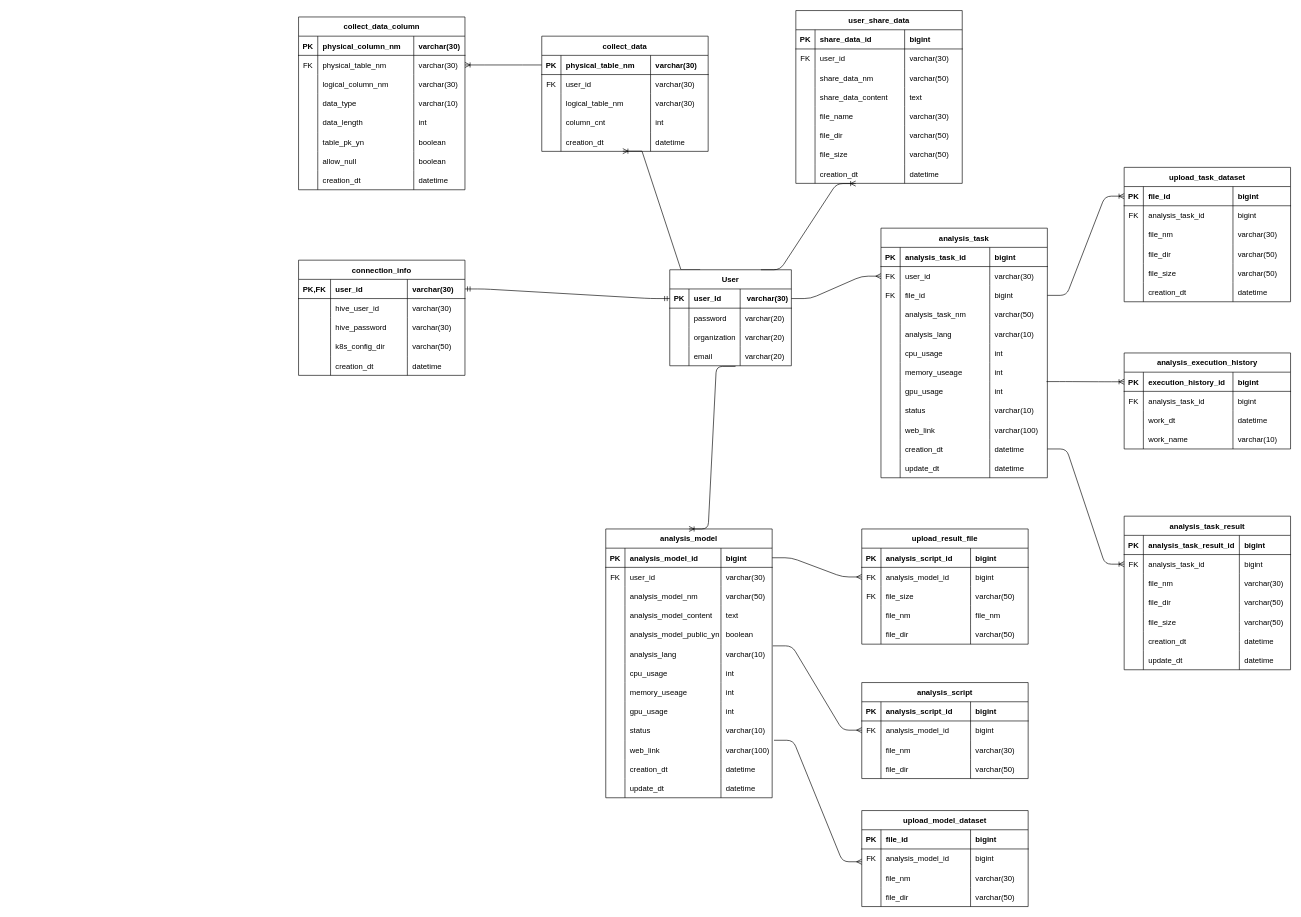
The draw.io diagram 분석 플랫폼 테이블 설계.drawio in vtw-atm/bigdata-table-diagram, before the edit. Source tidied: cells renumbered, new cells numbered last; positions are measured from the earlier drawing's top-left corner, leaving out a move shared by most shapes. Both pictures are drawn from the tidied source at 64%, with x=0, y=0 at pixel (298, 10).
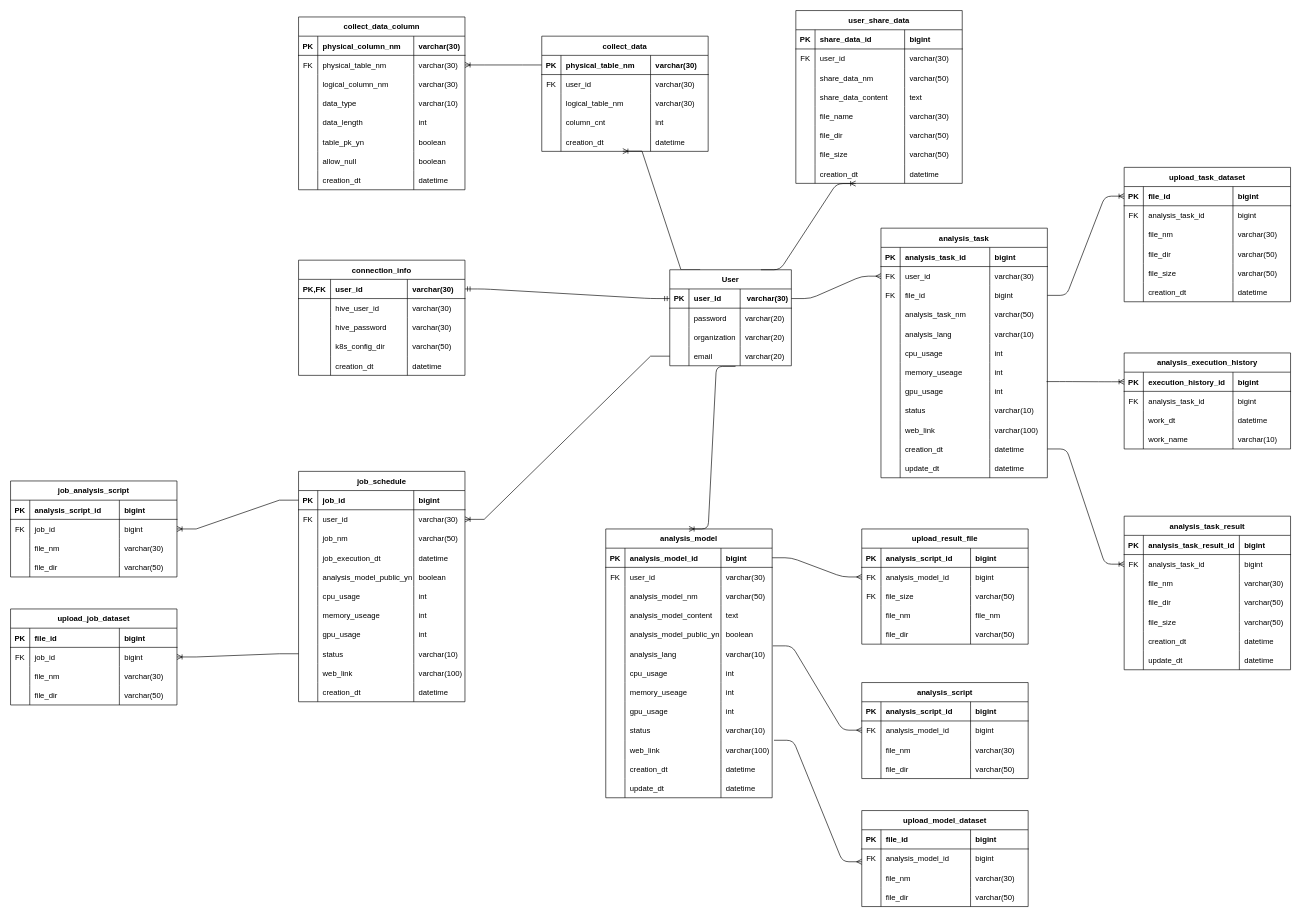
After the change.

Commit message (it also covers changes not shown here):
분석 플랫폼 테이블 설계.drawio 업데이트

The change refers to these unchanged cells:
```xml
<mxCell id="17" style="shape=tableRow;horizontal=0;startSize=0;swimlaneHead=0;swimlaneBody=0;fillColor=none;points=[[0,0.5],[1,0.5]];portConstraint=eastwest;top=0;left=0;right=0;bottom=0;rounded=0;" parent="4" vertex="1">
  <mxGeometry y="120" width="190" height="30" as="geometry" />
</mxCell>
```

Diff of the diagram source:
```diff
@@
+    <mxCell id="367" value="job_schedule" style="shape=table;startSize=30;childLayout=tableLayout;rowLines=0;fontStyle=1;align=center;rounded=0;" parent="1" vertex="1">
+      <mxGeometry y="720" width="260" height="360" as="geometry" />
+    </mxCell>
+    <mxCell id="368" style="shape=tableRow;horizontal=0;startSize=0;swimlaneHead=0;swimlaneBody=0;fillColor=none;points=[[0,0.5],[1,0.5]];portConstraint=eastwest;top=0;left=0;right=0;bottom=1;rounded=0;" parent="367" vertex="1">
+      <mxGeometry y="30" width="260" height="30" as="geometry" />
+    </mxCell>
+    <mxCell id="369" value="PK" style="shape=partialRectangle;fillColor=none;top=0;left=0;bottom=0;right=0;fontStyle=1;overflow=hidden;rounded=0;" parent="368" vertex="1">
+      <mxGeometry width="30" height="30" as="geometry" />
+    </mxCell>
+    <mxCell id="370" value="job_id" style="shape=partialRectangle;fillColor=none;top=0;left=0;bottom=0;right=0;align=left;spacingLeft=6;fontStyle=1;overflow=hidden;rounded=0;" parent="368" vertex="1">
+      <mxGeometry x="30" width="150" height="30" as="geometry" />
+    </mxCell>
+    <mxCell id="371" value="bigint" style="shape=partialRectangle;fillColor=none;top=0;left=0;bottom=0;right=0;align=left;spacingLeft=6;fontStyle=1;overflow=hidden;rounded=0;" parent="368" vertex="1">
+      <mxGeometry x="180" width="80" height="30" as="geometry" />
+    </mxCell>
+    <mxCell id="372" style="shape=tableRow;horizontal=0;startSize=0;swimlaneHead=0;swimlaneBody=0;fillColor=none;points=[[0,0.5],[1,0.5]];portConstraint=eastwest;top=0;left=0;right=0;bottom=0;rounded=0;" parent="367" vertex="1">
+      <mxGeometry y="60" width="260" height="30" as="geometry" />
+    </mxCell>
+    <mxCell id="373" value="FK" style="shape=partialRectangle;fillColor=none;top=0;left=0;bottom=0;right=0;overflow=hidden;rounded=0;" parent="372" vertex="1">
+      <mxGeometry width="30" height="30" as="geometry" />
+    </mxCell>
+    <mxCell id="374" value="user_id" style="shape=partialRectangle;fillColor=none;top=0;left=0;bottom=0;right=0;align=left;spacingLeft=6;overflow=hidden;rounded=0;" parent="372" vertex="1">
+      <mxGeometry x="30" width="150" height="30" as="geometry" />
+    </mxCell>
+    <mxCell id="375" value="varchar(30)" style="shape=partialRectangle;fillColor=none;top=0;left=0;bottom=0;right=0;align=left;spacingLeft=6;overflow=hidden;rounded=0;" parent="372" vertex="1">
+      <mxGeometry x="180" width="80" height="30" as="geometry" />
+    </mxCell>
+    <mxCell id="376" style="shape=tableRow;horizontal=0;startSize=0;swimlaneHead=0;swimlaneBody=0;fillColor=none;top=0;left=0;right=0;bottom=0;rounded=0;" parent="367" vertex="1">
+      <mxGeometry y="90" width="260" height="30" as="geometry" />
+    </mxCell>
+    <mxCell id="377" style="shape=partialRectangle;fillColor=none;top=0;left=0;bottom=0;right=0;overflow=hidden;rounded=0;" parent="376" vertex="1">
+      <mxGeometry width="30" height="30" as="geometry" />
+    </mxCell>
+    <mxCell id="378" value="job_nm" style="shape=partialRectangle;fillColor=none;top=0;left=0;bottom=0;right=0;align=left;spacingLeft=6;overflow=hidden;rounded=0;" parent="376" vertex="1">
+      <mxGeometry x="30" width="150" height="30" as="geometry" />
+    </mxCell>
+    <mxCell id="379" value="varchar(50)" style="shape=partialRectangle;fillColor=none;top=0;left=0;bottom=0;right=0;align=left;spacingLeft=6;overflow=hidden;rounded=0;" parent="376" vertex="1">
+      <mxGeometry x="180" width="80" height="30" as="geometry" />
+    </mxCell>
+    <mxCell id="380" style="shape=tableRow;horizontal=0;startSize=0;swimlaneHead=0;swimlaneBody=0;fillColor=none;top=0;left=0;right=0;bottom=0;rounded=0;" parent="367" vertex="1">
+      <mxGeometry y="120" width="260" height="30" as="geometry" />
+    </mxCell>
+    <mxCell id="381" style="shape=partialRectangle;fillColor=none;top=0;left=0;bottom=0;right=0;overflow=hidden;rounded=0;" parent="380" vertex="1">
+      <mxGeometry width="30" height="30" as="geometry" />
+    </mxCell>
+    <mxCell id="382" value="job_execution_dt" style="shape=partialRectangle;fillColor=none;top=0;left=0;bottom=0;right=0;align=left;spacingLeft=6;overflow=hidden;rounded=0;" parent="380" vertex="1">
+      <mxGeometry x="30" width="150" height="30" as="geometry" />
+    </mxCell>
+    <mxCell id="383" value="datetime" style="shape=partialRectangle;fillColor=none;top=0;left=0;bottom=0;right=0;align=left;spacingLeft=6;overflow=hidden;rounded=0;" parent="380" vertex="1">
+      <mxGeometry x="180" width="80" height="30" as="geometry" />
+    </mxCell>
+    <mxCell id="384" style="shape=tableRow;horizontal=0;startSize=0;swimlaneHead=0;swimlaneBody=0;fillColor=none;top=0;left=0;right=0;bottom=0;rounded=0;" parent="367" vertex="1">
+      <mxGeometry y="150" width="260" height="30" as="geometry" />
+    </mxCell>
+    <mxCell id="385" style="shape=partialRectangle;fillColor=none;top=0;left=0;bottom=0;right=0;overflow=hidden;rounded=0;" parent="384" vertex="1">
+      <mxGeometry width="30" height="30" as="geometry" />
+    </mxCell>
+    <mxCell id="386" value="analysis_model_public_yn" style="shape=partialRectangle;fillColor=none;top=0;left=0;bottom=0;right=0;align=left;spacingLeft=6;overflow=hidden;rounded=0;" parent="384" vertex="1">
+      <mxGeometry x="30" width="150" height="30" as="geometry" />
+    </mxCell>
+    <mxCell id="387" value="boolean" style="shape=partialRectangle;fillColor=none;top=0;left=0;bottom=0;right=0;align=left;spacingLeft=6;overflow=hidden;rounded=0;" parent="384" vertex="1">
+      <mxGeometry x="180" width="80" height="30" as="geometry" />
+    </mxCell>
+    <mxCell id="388" style="shape=tableRow;horizontal=0;startSize=0;swimlaneHead=0;swimlaneBody=0;fillColor=none;top=0;left=0;right=0;bottom=0;rounded=0;" parent="367" vertex="1">
+      <mxGeometry y="180" width="260" height="30" as="geometry" />
+    </mxCell>
+    <mxCell id="389" style="shape=partialRectangle;fillColor=none;top=0;left=0;bottom=0;right=0;overflow=hidden;rounded=0;" parent="388" vertex="1">
+      <mxGeometry width="30" height="30" as="geometry" />
+    </mxCell>
+    <mxCell id="390" value="cpu_usage" style="shape=partialRectangle;fillColor=none;top=0;left=0;bottom=0;right=0;align=left;spacingLeft=6;overflow=hidden;rounded=0;" parent="388" vertex="1">
+      <mxGeometry x="30" width="150" height="30" as="geometry" />
+    </mxCell>
+    <mxCell id="391" value="int" style="shape=partialRectangle;fillColor=none;top=0;left=0;bottom=0;right=0;align=left;spacingLeft=6;overflow=hidden;rounded=0;" parent="388" vertex="1">
+      <mxGeometry x="180" width="80" height="30" as="geometry" />
+    </mxCell>
+    <mxCell id="392" style="shape=tableRow;horizontal=0;startSize=0;swimlaneHead=0;swimlaneBody=0;fillColor=none;top=0;left=0;right=0;bottom=0;rounded=0;" parent="367" vertex="1">
+      <mxGeometry y="210" width="260" height="30" as="geometry" />
+    </mxCell>
+    <mxCell id="393" style="shape=partialRectangle;fillColor=none;top=0;left=0;bottom=0;right=0;overflow=hidden;rounded=0;" parent="392" vertex="1">
+      <mxGeometry width="30" height="30" as="geometry" />
+    </mxCell>
+    <mxCell id="394" value="memory_useage" style="shape=partialRectangle;fillColor=none;top=0;left=0;bottom=0;right=0;align=left;spacingLeft=6;overflow=hidden;rounded=0;" parent="392" vertex="1">
+      <mxGeometry x="30" width="150" height="30" as="geometry" />
+    </mxCell>
+    <mxCell id="395" value="int" style="shape=partialRectangle;fillColor=none;top=0;left=0;bottom=0;right=0;align=left;spacingLeft=6;overflow=hidden;rounded=0;" parent="392" vertex="1">
+      <mxGeometry x="180" width="80" height="30" as="geometry" />
+    </mxCell>
+    <mxCell id="396" style="shape=tableRow;horizontal=0;startSize=0;swimlaneHead=0;swimlaneBody=0;fillColor=none;top=0;left=0;right=0;bottom=0;rounded=0;" parent="367" vertex="1">
+      <mxGeometry y="240" width="260" height="30" as="geometry" />
+    </mxCell>
+    <mxCell id="397" style="shape=partialRectangle;fillColor=none;top=0;left=0;bottom=0;right=0;overflow=hidden;rounded=0;" parent="396" vertex="1">
+      <mxGeometry width="30" height="30" as="geometry" />
+    </mxCell>
+    <mxCell id="398" value="gpu_usage" style="shape=partialRectangle;fillColor=none;top=0;left=0;bottom=0;right=0;align=left;spacingLeft=6;overflow=hidden;rounded=0;" parent="396" vertex="1">
+      <mxGeometry x="30" width="150" height="30" as="geometry" />
+    </mxCell>
+    <mxCell id="399" value="int" style="shape=partialRectangle;fillColor=none;top=0;left=0;bottom=0;right=0;align=left;spacingLeft=6;overflow=hidden;rounded=0;" parent="396" vertex="1">
+      <mxGeometry x="180" width="80" height="30" as="geometry" />
+    </mxCell>
+    <mxCell id="400" style="shape=tableRow;horizontal=0;startSize=0;swimlaneHead=0;swimlaneBody=0;fillColor=none;points=[[0,0.5],[1,0.5]];portConstraint=eastwest;top=0;left=0;right=0;bottom=0;rounded=0;" parent="367" vertex="1">
+      <mxGeometry y="270" width="260" height="30" as="geometry" />
+    </mxCell>
+    <mxCell id="401" style="shape=partialRectangle;fillColor=none;top=0;left=0;bottom=0;right=0;overflow=hidden;rounded=0;" parent="400" vertex="1">
+      <mxGeometry width="30" height="30" as="geometry" />
+    </mxCell>
+    <mxCell id="402" value="status" style="shape=partialRectangle;fillColor=none;top=0;left=0;bottom=0;right=0;align=left;spacingLeft=6;overflow=hidden;rounded=0;" parent="400" vertex="1">
+      <mxGeometry x="30" width="150" height="30" as="geometry" />
+    </mxCell>
+    <mxCell id="403" value="varchar(10)" style="shape=partialRectangle;fillColor=none;top=0;left=0;bottom=0;right=0;align=left;spacingLeft=6;overflow=hidden;rounded=0;" parent="400" vertex="1">
+      <mxGeometry x="180" width="80" height="30" as="geometry" />
+    </mxCell>
+    <mxCell id="404" style="shape=tableRow;horizontal=0;startSize=0;swimlaneHead=0;swimlaneBody=0;fillColor=none;top=0;left=0;right=0;bottom=0;rounded=0;" parent="367" vertex="1">
+      <mxGeometry y="300" width="260" height="30" as="geometry" />
+    </mxCell>
+    <mxCell id="405" style="shape=partialRectangle;fillColor=none;top=0;left=0;bottom=0;right=0;overflow=hidden;rounded=0;" parent="404" vertex="1">
+      <mxGeometry width="30" height="30" as="geometry" />
+    </mxCell>
+    <mxCell id="406" value="web_link" style="shape=partialRectangle;fillColor=none;top=0;left=0;bottom=0;right=0;align=left;spacingLeft=6;overflow=hidden;rounded=0;" parent="404" vertex="1">
+      <mxGeometry x="30" width="150" height="30" as="geometry" />
+    </mxCell>
+    <mxCell id="407" value="varchar(100)" style="shape=partialRectangle;fillColor=none;top=0;left=0;bottom=0;right=0;align=left;spacingLeft=6;overflow=hidden;rounded=0;" parent="404" vertex="1">
+      <mxGeometry x="180" width="80" height="30" as="geometry" />
+    </mxCell>
+    <mxCell id="408" style="shape=tableRow;horizontal=0;startSize=0;swimlaneHead=0;swimlaneBody=0;fillColor=none;top=0;left=0;right=0;bottom=0;rounded=0;" parent="367" vertex="1">
+      <mxGeometry y="330" width="260" height="30" as="geometry" />
+    </mxCell>
+    <mxCell id="409" style="shape=partialRectangle;fillColor=none;top=0;left=0;bottom=0;right=0;overflow=hidden;rounded=0;" parent="408" vertex="1">
+      <mxGeometry width="30" height="30" as="geometry" />
+    </mxCell>
+    <mxCell id="410" value="creation_dt" style="shape=partialRectangle;fillColor=none;top=0;left=0;bottom=0;right=0;align=left;spacingLeft=6;overflow=hidden;rounded=0;" parent="408" vertex="1">
+      <mxGeometry x="30" width="150" height="30" as="geometry" />
+    </mxCell>
+    <mxCell id="411" value="datetime" style="shape=partialRectangle;fillColor=none;top=0;left=0;bottom=0;right=0;align=left;spacingLeft=6;overflow=hidden;rounded=0;" parent="408" vertex="1">
+      <mxGeometry x="180" width="80" height="30" as="geometry" />
+    </mxCell>
+    <mxCell id="412" value="job_analysis_script" style="shape=table;startSize=30;childLayout=tableLayout;rowLines=0;fontStyle=1;align=center;rounded=0;" parent="1" vertex="1">
+      <mxGeometry x="-450" y="735" width="260" height="150" as="geometry" />
+    </mxCell>
+    <mxCell id="413" style="shape=tableRow;horizontal=0;startSize=0;swimlaneHead=0;swimlaneBody=0;fillColor=none;top=0;left=0;right=0;bottom=1;rounded=0;" parent="412" vertex="1">
+      <mxGeometry y="30" width="260" height="30" as="geometry" />
+    </mxCell>
+    <mxCell id="414" value="PK" style="shape=partialRectangle;fillColor=none;top=0;left=0;bottom=0;right=0;fontStyle=1;overflow=hidden;rounded=0;" parent="413" vertex="1">
+      <mxGeometry width="30" height="30" as="geometry" />
+    </mxCell>
+    <mxCell id="415" value="analysis_script_id" style="shape=partialRectangle;fillColor=none;top=0;left=0;bottom=0;right=0;align=left;spacingLeft=6;fontStyle=1;overflow=hidden;rounded=0;" parent="413" vertex="1">
+      <mxGeometry x="30" width="140" height="30" as="geometry" />
+    </mxCell>
+    <mxCell id="416" value="bigint" style="shape=partialRectangle;fillColor=none;top=0;left=0;bottom=0;right=0;align=left;spacingLeft=6;fontStyle=1;overflow=hidden;rounded=0;" parent="413" vertex="1">
+      <mxGeometry x="170" width="90" height="30" as="geometry" />
+    </mxCell>
+    <mxCell id="417" style="shape=tableRow;horizontal=0;startSize=0;swimlaneHead=0;swimlaneBody=0;fillColor=none;points=[[0,0.5],[1,0.5]];portConstraint=eastwest;top=0;left=0;right=0;bottom=0;rounded=0;" parent="412" vertex="1">
+      <mxGeometry y="60" width="260" height="30" as="geometry" />
+    </mxCell>
+    <mxCell id="418" value="FK" style="shape=partialRectangle;fillColor=none;top=0;left=0;bottom=0;right=0;overflow=hidden;rounded=0;" parent="417" vertex="1">
+      <mxGeometry width="30" height="30" as="geometry" />
+    </mxCell>
+    <mxCell id="419" value="job_id" style="shape=partialRectangle;fillColor=none;top=0;left=0;bottom=0;right=0;align=left;spacingLeft=6;overflow=hidden;rounded=0;" parent="417" vertex="1">
+      <mxGeometry x="30" width="140" height="30" as="geometry" />
+    </mxCell>
+    <mxCell id="420" value="bigint" style="shape=partialRectangle;fillColor=none;top=0;left=0;bottom=0;right=0;align=left;spacingLeft=6;overflow=hidden;rounded=0;" parent="417" vertex="1">
+      <mxGeometry x="170" width="90" height="30" as="geometry" />
+    </mxCell>
+    <mxCell id="421" style="shape=tableRow;horizontal=0;startSize=0;swimlaneHead=0;swimlaneBody=0;fillColor=none;top=0;left=0;right=0;bottom=0;rounded=0;" parent="412" vertex="1">
+      <mxGeometry y="90" width="260" height="30" as="geometry" />
+    </mxCell>
+    <mxCell id="422" style="shape=partialRectangle;fillColor=none;top=0;left=0;bottom=0;right=0;overflow=hidden;rounded=0;" parent="421" vertex="1">
+      <mxGeometry width="30" height="30" as="geometry" />
+    </mxCell>
+    <mxCell id="423" value="file_nm" style="shape=partialRectangle;fillColor=none;top=0;left=0;bottom=0;right=0;align=left;spacingLeft=6;overflow=hidden;rounded=0;" parent="421" vertex="1">
+      <mxGeometry x="30" width="140" height="30" as="geometry" />
+    </mxCell>
+    <mxCell id="424" value="varchar(30)" style="shape=partialRectangle;fillColor=none;top=0;left=0;bottom=0;right=0;align=left;spacingLeft=6;overflow=hidden;rounded=0;" parent="421" vertex="1">
+      <mxGeometry x="170" width="90" height="30" as="geometry" />
+    </mxCell>
+    <mxCell id="425" style="shape=tableRow;horizontal=0;startSize=0;swimlaneHead=0;swimlaneBody=0;fillColor=none;top=0;left=0;right=0;bottom=0;rounded=0;" parent="412" vertex="1">
+      <mxGeometry y="120" width="260" height="30" as="geometry" />
+    </mxCell>
+    <mxCell id="426" style="shape=partialRectangle;fillColor=none;top=0;left=0;bottom=0;right=0;overflow=hidden;rounded=0;" parent="425" vertex="1">
+      <mxGeometry width="30" height="30" as="geometry" />
+    </mxCell>
+    <mxCell id="427" value="file_dir" style="shape=partialRectangle;fillColor=none;top=0;left=0;bottom=0;right=0;align=left;spacingLeft=6;overflow=hidden;rounded=0;" parent="425" vertex="1">
+      <mxGeometry x="30" width="140" height="30" as="geometry" />
+    </mxCell>
+    <mxCell id="428" value="varchar(50)" style="shape=partialRectangle;fillColor=none;top=0;left=0;bottom=0;right=0;align=left;spacingLeft=6;overflow=hidden;rounded=0;" parent="425" vertex="1">
+      <mxGeometry x="170" width="90" height="30" as="geometry" />
+    </mxCell>
+    <mxCell id="429" value="upload_job_dataset" style="shape=table;startSize=30;childLayout=tableLayout;rowLines=0;fontStyle=1;align=center;rounded=0;" parent="1" vertex="1">
+      <mxGeometry x="-450" y="935" width="260" height="150" as="geometry" />
+    </mxCell>
+    <mxCell id="430" style="shape=tableRow;horizontal=0;startSize=0;swimlaneHead=0;swimlaneBody=0;fillColor=none;top=0;left=0;right=0;bottom=1;rounded=0;" parent="429" vertex="1">
+      <mxGeometry y="30" width="260" height="30" as="geometry" />
+    </mxCell>
+    <mxCell id="431" value="PK" style="shape=partialRectangle;fillColor=none;top=0;left=0;bottom=0;right=0;fontStyle=1;overflow=hidden;rounded=0;" parent="430" vertex="1">
+      <mxGeometry width="30" height="30" as="geometry" />
+    </mxCell>
+    <mxCell id="432" value="file_id" style="shape=partialRectangle;fillColor=none;top=0;left=0;bottom=0;right=0;align=left;spacingLeft=6;fontStyle=1;overflow=hidden;rounded=0;" parent="430" vertex="1">
+      <mxGeometry x="30" width="140" height="30" as="geometry" />
+    </mxCell>
+    <mxCell id="433" value="bigint" style="shape=partialRectangle;fillColor=none;top=0;left=0;bottom=0;right=0;align=left;spacingLeft=6;fontStyle=1;overflow=hidden;rounded=0;" parent="430" vertex="1">
+      <mxGeometry x="170" width="90" height="30" as="geometry" />
+    </mxCell>
+    <mxCell id="434" style="shape=tableRow;horizontal=0;startSize=0;swimlaneHead=0;swimlaneBody=0;fillColor=none;points=[[0,0.5],[1,0.5]];portConstraint=eastwest;top=0;left=0;right=0;bottom=0;rounded=0;" parent="429" vertex="1">
+      <mxGeometry y="60" width="260" height="30" as="geometry" />
+    </mxCell>
+    <mxCell id="435" value="FK" style="shape=partialRectangle;fillColor=none;top=0;left=0;bottom=0;right=0;overflow=hidden;rounded=0;" parent="434" vertex="1">
+      <mxGeometry width="30" height="30" as="geometry" />
+    </mxCell>
+    <mxCell id="436" value="job_id" style="shape=partialRectangle;fillColor=none;top=0;left=0;bottom=0;right=0;align=left;spacingLeft=6;overflow=hidden;rounded=0;" parent="434" vertex="1">
+      <mxGeometry x="30" width="140" height="30" as="geometry" />
+    </mxCell>
+    <mxCell id="437" value="bigint" style="shape=partialRectangle;fillColor=none;top=0;left=0;bottom=0;right=0;align=left;spacingLeft=6;overflow=hidden;rounded=0;" parent="434" vertex="1">
+      <mxGeometry x="170" width="90" height="30" as="geometry" />
+    </mxCell>
+    <mxCell id="438" style="shape=tableRow;horizontal=0;startSize=0;swimlaneHead=0;swimlaneBody=0;fillColor=none;top=0;left=0;right=0;bottom=0;rounded=0;" parent="429" vertex="1">
+      <mxGeometry y="90" width="260" height="30" as="geometry" />
+    </mxCell>
+    <mxCell id="439" style="shape=partialRectangle;fillColor=none;top=0;left=0;bottom=0;right=0;overflow=hidden;rounded=0;" parent="438" vertex="1">
+      <mxGeometry width="30" height="30" as="geometry" />
+    </mxCell>
+    <mxCell id="440" value="file_nm" style="shape=partialRectangle;fillColor=none;top=0;left=0;bottom=0;right=0;align=left;spacingLeft=6;overflow=hidden;rounded=0;" parent="438" vertex="1">
+      <mxGeometry x="30" width="140" height="30" as="geometry" />
+    </mxCell>
+    <mxCell id="441" value="varchar(30)" style="shape=partialRectangle;fillColor=none;top=0;left=0;bottom=0;right=0;align=left;spacingLeft=6;overflow=hidden;rounded=0;" parent="438" vertex="1">
+      <mxGeometry x="170" width="90" height="30" as="geometry" />
+    </mxCell>
+    <mxCell id="442" style="shape=tableRow;horizontal=0;startSize=0;swimlaneHead=0;swimlaneBody=0;fillColor=none;top=0;left=0;right=0;bottom=0;rounded=0;" parent="429" vertex="1">
+      <mxGeometry y="120" width="260" height="30" as="geometry" />
+    </mxCell>
+    <mxCell id="443" style="shape=partialRectangle;fillColor=none;top=0;left=0;bottom=0;right=0;overflow=hidden;rounded=0;" parent="442" vertex="1">
+      <mxGeometry width="30" height="30" as="geometry" />
+    </mxCell>
+    <mxCell id="444" value="file_dir" style="shape=partialRectangle;fillColor=none;top=0;left=0;bottom=0;right=0;align=left;spacingLeft=6;overflow=hidden;rounded=0;" parent="442" vertex="1">
+      <mxGeometry x="30" width="140" height="30" as="geometry" />
+    </mxCell>
+    <mxCell id="445" value="varchar(50)" style="shape=partialRectangle;fillColor=none;top=0;left=0;bottom=0;right=0;align=left;spacingLeft=6;overflow=hidden;rounded=0;" parent="442" vertex="1">
+      <mxGeometry x="170" width="90" height="30" as="geometry" />
+    </mxCell>
+    <mxCell id="446" style="edgeStyle=entityRelationEdgeStyle;fontSize=12;html=1;endArrow=ERoneToMany;rounded=0;exitX=0;exitY=0.5;exitDx=0;exitDy=0;entryX=1;entryY=0.5;entryDx=0;entryDy=0;" parent="1" edge="1" source="368" target="417">
+      <mxGeometry relative="1" as="geometry" />
+    </mxCell>
+    <mxCell id="447" style="edgeStyle=entityRelationEdgeStyle;fontSize=12;html=1;endArrow=ERoneToMany;rounded=0;exitX=0;exitY=0.5;exitDx=0;exitDy=0;entryX=1;entryY=0.5;entryDx=0;entryDy=0;" parent="1" edge="1" source="400" target="434">
+      <mxGeometry relative="1" as="geometry" />
+    </mxCell>
+    <mxCell id="448" style="edgeStyle=entityRelationEdgeStyle;fontSize=12;html=1;endArrow=ERoneToMany;rounded=0;exitX=0;exitY=0.5;exitDx=0;exitDy=0;entryX=1;entryY=0.5;entryDx=0;entryDy=0;" parent="1" edge="1" source="17" target="372">
+      <mxGeometry relative="1" as="geometry" />
+    </mxCell>
```
